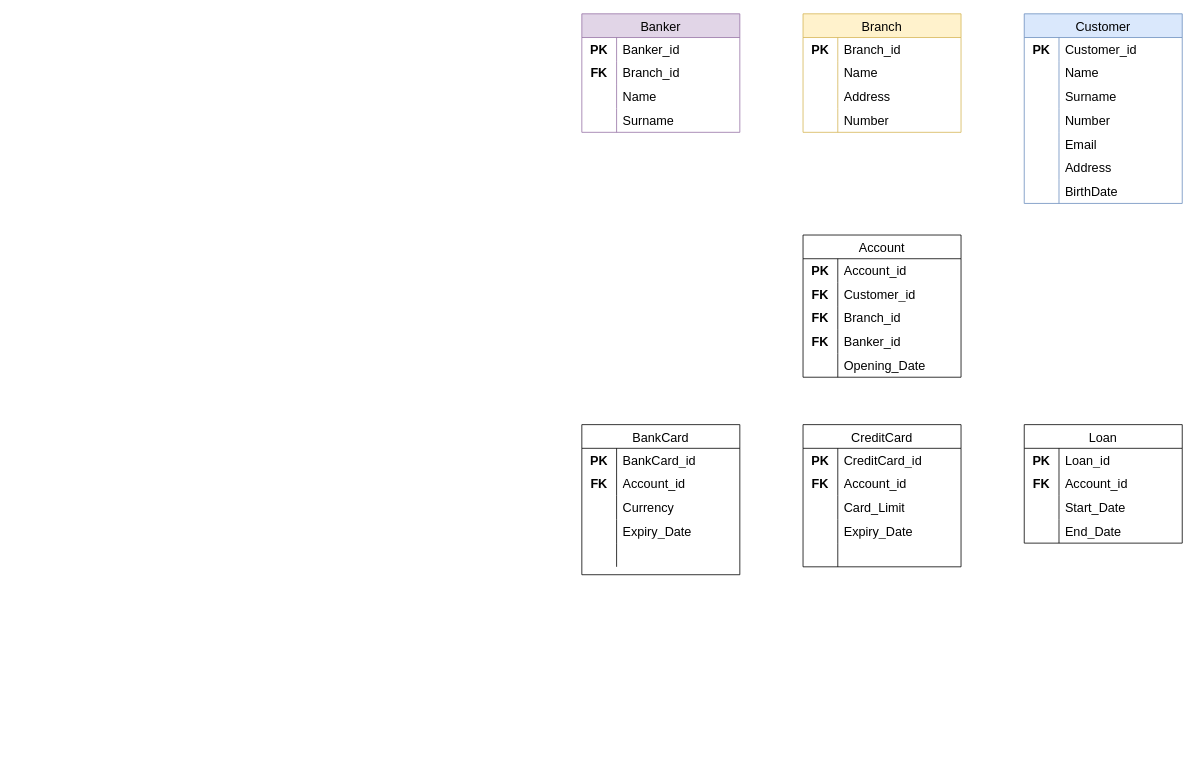
Earlier version of the draw.io diagram Pair1_BankaER.drawio (bnsuoztrk/Deneme). Source tidied: cells renumbered, new cells numbered last; positions are measured from the earlier drawing's top-left corner, leaving out a move shared by most shapes. Both pictures are drawn from the tidied source at 79%, with x=0, y=0 at pixel (581, 13).
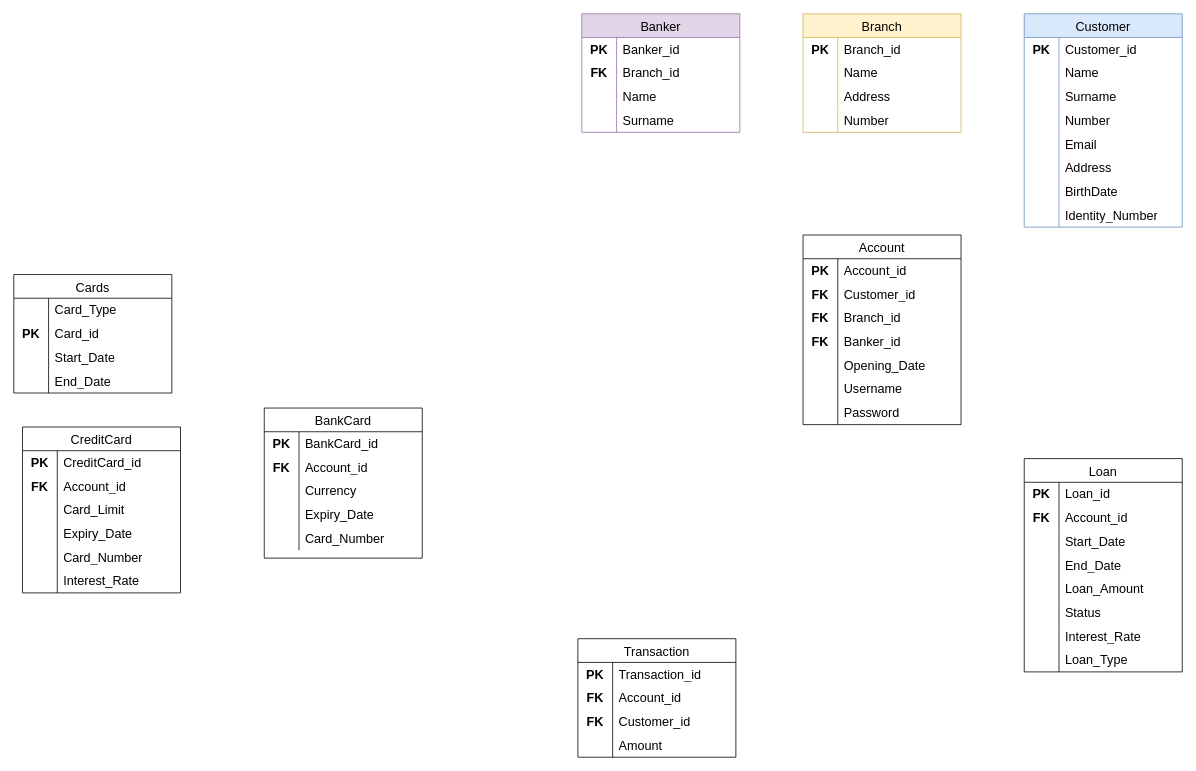
The same page after the edit.

Unchanged cells that the change refers to:
```xml
<mxCell id="69" style="shape=tableRow;horizontal=0;startSize=0;swimlaneHead=0;swimlaneBody=0;top=0;left=0;bottom=0;right=0;fillColor=none;strokeColor=inherit;fontSize=16;" parent="56" vertex="1">
  <mxGeometry y="150" width="200" height="30" as="geometry" />
</mxCell>
```

What changed in the source:
```diff
@@
     <mxCell id="2" value="Account" style="shape=table;startSize=30;childLayout=tableLayout;rowLines=0;fontStyle=0;strokeColor=default;fontSize=16;" parent="1" vertex="1">
-      <mxGeometry x="280" y="280" width="200" height="180" as="geometry" />
+      <mxGeometry x="280" y="280" width="200" height="240" as="geometry" />
     </mxCell>
@@
+    <mxCell id="111" style="shape=tableRow;horizontal=0;startSize=0;swimlaneHead=0;swimlaneBody=0;top=0;left=0;bottom=0;right=0;fillColor=none;strokeColor=inherit;fontSize=16;" parent="2" vertex="1">
+      <mxGeometry y="180" width="200" height="30" as="geometry" />
+    </mxCell>
+    <mxCell id="112" style="shape=partialRectangle;html=1;whiteSpace=wrap;fillColor=none;top=0;left=0;bottom=0;right=0;overflow=hidden;strokeColor=inherit;fontSize=16;" parent="111" vertex="1">
+      <mxGeometry width="44" height="30" as="geometry" />
+    </mxCell>
+    <mxCell id="113" value="Username" style="shape=partialRectangle;html=1;whiteSpace=wrap;fillColor=none;top=0;left=0;bottom=0;right=0;align=left;spacingLeft=6;overflow=hidden;strokeColor=inherit;fontSize=16;" parent="111" vertex="1">
+      <mxGeometry x="44" width="156" height="30" as="geometry" />
+    </mxCell>
+    <mxCell id="114" style="shape=tableRow;horizontal=0;startSize=0;swimlaneHead=0;swimlaneBody=0;top=0;left=0;bottom=0;right=0;fillColor=none;strokeColor=inherit;fontSize=16;" parent="2" vertex="1">
+      <mxGeometry y="210" width="200" height="30" as="geometry" />
+    </mxCell>
+    <mxCell id="115" style="shape=partialRectangle;html=1;whiteSpace=wrap;fillColor=none;top=0;left=0;bottom=0;right=0;overflow=hidden;strokeColor=inherit;fontSize=16;" parent="114" vertex="1">
+      <mxGeometry width="44" height="30" as="geometry" />
+    </mxCell>
+    <mxCell id="116" value="Password" style="shape=partialRectangle;html=1;whiteSpace=wrap;fillColor=none;top=0;left=0;bottom=0;right=0;align=left;spacingLeft=6;overflow=hidden;strokeColor=inherit;fontSize=16;" parent="114" vertex="1">
+      <mxGeometry x="44" width="156" height="30" as="geometry" />
+    </mxCell>
     <mxCell id="18" value="Customer" style="shape=table;startSize=30;childLayout=tableLayout;rowLines=0;fontStyle=0;strokeColor=#6c8ebf;fontSize=16;fillColor=#dae8fc;" parent="1" vertex="1">
-      <mxGeometry x="560" width="200" height="240" as="geometry" />
+      <mxGeometry x="560" width="200" height="270" as="geometry" />
     </mxCell>
@@
+    <mxCell id="117" style="shape=tableRow;horizontal=0;startSize=0;swimlaneHead=0;swimlaneBody=0;top=0;left=0;bottom=0;right=0;fillColor=none;strokeColor=inherit;fontSize=16;" parent="18" vertex="1">
+      <mxGeometry y="240" width="200" height="30" as="geometry" />
+    </mxCell>
+    <mxCell id="118" style="shape=partialRectangle;html=1;whiteSpace=wrap;fillColor=none;top=0;left=0;bottom=0;right=0;overflow=hidden;strokeColor=inherit;fontSize=16;" parent="117" vertex="1">
+      <mxGeometry width="44" height="30" as="geometry" />
+    </mxCell>
+    <mxCell id="119" value="Identity_Number" style="shape=partialRectangle;html=1;whiteSpace=wrap;fillColor=none;top=0;left=0;bottom=0;right=0;align=left;spacingLeft=6;overflow=hidden;strokeColor=inherit;fontSize=16;" parent="117" vertex="1">
+      <mxGeometry x="44" width="156" height="30" as="geometry" />
+    </mxCell>
     <mxCell id="40" value="CreditCard" style="shape=table;startSize=30;childLayout=tableLayout;rowLines=0;fontStyle=0;strokeColor=default;fontSize=16;" parent="1" vertex="1">
-      <mxGeometry x="280" y="520" width="200" height="180" as="geometry" />
+      <mxGeometry x="-708" y="523" width="200" height="210" as="geometry" />
     </mxCell>
@@
+    <mxCell id="120" style="shape=tableRow;horizontal=0;startSize=0;swimlaneHead=0;swimlaneBody=0;top=0;left=0;bottom=0;right=0;fillColor=none;strokeColor=inherit;fontSize=16;" parent="40" vertex="1">
+      <mxGeometry y="150" width="200" height="30" as="geometry" />
+    </mxCell>
+    <mxCell id="121" style="shape=partialRectangle;html=1;whiteSpace=wrap;fillColor=none;top=0;left=0;bottom=0;right=0;overflow=hidden;strokeColor=inherit;fontSize=16;" parent="120" vertex="1">
+      <mxGeometry width="44" height="30" as="geometry" />
+    </mxCell>
+    <mxCell id="122" value="Card_Number" style="shape=partialRectangle;html=1;whiteSpace=wrap;fillColor=none;top=0;left=0;bottom=0;right=0;align=left;spacingLeft=6;overflow=hidden;strokeColor=inherit;fontSize=16;" parent="120" vertex="1">
+      <mxGeometry x="44" width="156" height="30" as="geometry" />
+    </mxCell>
     <mxCell id="53" style="shape=tableRow;horizontal=0;startSize=0;swimlaneHead=0;swimlaneBody=0;top=0;left=0;bottom=0;right=0;fillColor=none;strokeColor=inherit;fontSize=16;" parent="40" vertex="1">
-      <mxGeometry y="150" width="200" height="30" as="geometry" />
+      <mxGeometry y="180" width="200" height="30" as="geometry" />
     </mxCell>
@@
-    <mxCell id="55" style="shape=partialRectangle;html=1;whiteSpace=wrap;fillColor=none;top=0;left=0;bottom=0;right=0;align=left;spacingLeft=6;overflow=hidden;strokeColor=inherit;fontSize=16;" parent="53" vertex="1">
+    <mxCell id="55" value="Interest_Rate" style="shape=partialRectangle;html=1;whiteSpace=wrap;fillColor=none;top=0;left=0;bottom=0;right=0;align=left;spacingLeft=6;overflow=hidden;strokeColor=inherit;fontSize=16;" parent="53" vertex="1">
       <mxGeometry x="44" width="156" height="30" as="geometry" />
     </mxCell>
     <mxCell id="56" value="BankCard" style="shape=table;startSize=30;childLayout=tableLayout;rowLines=0;fontStyle=0;strokeColor=default;fontSize=16;" parent="1" vertex="1">
-      <mxGeometry y="520" width="200" height="190" as="geometry" />
+      <mxGeometry x="-402" y="499" width="200" height="190" as="geometry" />
     </mxCell>
@@
-    <mxCell id="71" style="shape=partialRectangle;html=1;whiteSpace=wrap;fillColor=none;top=0;left=0;bottom=0;right=0;align=left;spacingLeft=6;overflow=hidden;strokeColor=inherit;fontSize=16;" parent="69" vertex="1">
+    <mxCell id="71" value="Card_Number" style="shape=partialRectangle;html=1;whiteSpace=wrap;fillColor=none;top=0;left=0;bottom=0;right=0;align=left;spacingLeft=6;overflow=hidden;strokeColor=inherit;fontSize=16;" parent="69" vertex="1">
       <mxGeometry x="44" width="156" height="30" as="geometry" />
     </mxCell>
@@
     <mxCell id="85" value="Loan" style="shape=table;startSize=30;childLayout=tableLayout;rowLines=0;fontStyle=0;strokeColor=default;fontSize=16;" parent="1" vertex="1">
-      <mxGeometry x="560" y="520" width="200" height="150" as="geometry" />
+      <mxGeometry x="560" y="563" width="200" height="270" as="geometry" />
     </mxCell>
@@
+    <mxCell id="123" style="shape=tableRow;horizontal=0;startSize=0;swimlaneHead=0;swimlaneBody=0;top=0;left=0;bottom=0;right=0;fillColor=none;strokeColor=inherit;fontSize=16;" parent="85" vertex="1">
+      <mxGeometry y="150" width="200" height="30" as="geometry" />
+    </mxCell>
+    <mxCell id="124" style="shape=partialRectangle;html=1;whiteSpace=wrap;fillColor=none;top=0;left=0;bottom=0;right=0;overflow=hidden;strokeColor=inherit;fontSize=16;" parent="123" vertex="1">
+      <mxGeometry width="44" height="30" as="geometry" />
+    </mxCell>
+    <mxCell id="125" value="Loan_Amount" style="shape=partialRectangle;html=1;whiteSpace=wrap;fillColor=none;top=0;left=0;bottom=0;right=0;align=left;spacingLeft=6;overflow=hidden;strokeColor=inherit;fontSize=16;" parent="123" vertex="1">
+      <mxGeometry x="44" width="156" height="30" as="geometry" />
+    </mxCell>
+    <mxCell id="126" style="shape=tableRow;horizontal=0;startSize=0;swimlaneHead=0;swimlaneBody=0;top=0;left=0;bottom=0;right=0;fillColor=none;strokeColor=inherit;fontSize=16;" parent="85" vertex="1">
+      <mxGeometry y="180" width="200" height="30" as="geometry" />
+    </mxCell>
+    <mxCell id="127" style="shape=partialRectangle;html=1;whiteSpace=wrap;fillColor=none;top=0;left=0;bottom=0;right=0;overflow=hidden;strokeColor=inherit;fontSize=16;" parent="126" vertex="1">
+      <mxGeometry width="44" height="30" as="geometry" />
+    </mxCell>
+    <mxCell id="128" value="Status" style="shape=partialRectangle;html=1;whiteSpace=wrap;fillColor=none;top=0;left=0;bottom=0;right=0;align=left;spacingLeft=6;overflow=hidden;strokeColor=inherit;fontSize=16;" parent="126" vertex="1">
+      <mxGeometry x="44" width="156" height="30" as="geometry" />
+    </mxCell>
+    <mxCell id="129" style="shape=tableRow;horizontal=0;startSize=0;swimlaneHead=0;swimlaneBody=0;top=0;left=0;bottom=0;right=0;fillColor=none;strokeColor=inherit;fontSize=16;" parent="85" vertex="1">
+      <mxGeometry y="210" width="200" height="30" as="geometry" />
+    </mxCell>
+    <mxCell id="130" style="shape=partialRectangle;html=1;whiteSpace=wrap;fillColor=none;top=0;left=0;bottom=0;right=0;overflow=hidden;strokeColor=inherit;fontSize=16;" parent="129" vertex="1">
+      <mxGeometry width="44" height="30" as="geometry" />
+    </mxCell>
+    <mxCell id="131" value="Interest_Rate" style="shape=partialRectangle;html=1;whiteSpace=wrap;fillColor=none;top=0;left=0;bottom=0;right=0;align=left;spacingLeft=6;overflow=hidden;strokeColor=inherit;fontSize=16;" parent="129" vertex="1">
+      <mxGeometry x="44" width="156" height="30" as="geometry" />
+    </mxCell>
+    <mxCell id="132" style="shape=tableRow;horizontal=0;startSize=0;swimlaneHead=0;swimlaneBody=0;top=0;left=0;bottom=0;right=0;fillColor=none;strokeColor=inherit;fontSize=16;" parent="85" vertex="1">
+      <mxGeometry y="240" width="200" height="30" as="geometry" />
+    </mxCell>
+    <mxCell id="133" style="shape=partialRectangle;html=1;whiteSpace=wrap;fillColor=none;top=0;left=0;bottom=0;right=0;overflow=hidden;strokeColor=inherit;fontSize=16;" parent="132" vertex="1">
+      <mxGeometry width="44" height="30" as="geometry" />
+    </mxCell>
+    <mxCell id="134" value="Loan_Type" style="shape=partialRectangle;html=1;whiteSpace=wrap;fillColor=none;top=0;left=0;bottom=0;right=0;align=left;spacingLeft=6;overflow=hidden;strokeColor=inherit;fontSize=16;" parent="132" vertex="1">
+      <mxGeometry x="44" width="156" height="30" as="geometry" />
+    </mxCell>
@@
+    <mxCell id="135" value="Cards" style="shape=table;startSize=30;childLayout=tableLayout;rowLines=0;fontStyle=0;strokeColor=default;fontSize=16;" parent="1" vertex="1">
+      <mxGeometry x="-719" y="330" width="200" height="150" as="geometry" />
+    </mxCell>
+    <mxCell id="136" style="shape=tableRow;horizontal=0;startSize=0;swimlaneHead=0;swimlaneBody=0;top=0;left=0;bottom=0;right=0;fillColor=none;strokeColor=inherit;fontSize=16;" parent="135" vertex="1">
+      <mxGeometry y="30" width="200" height="30" as="geometry" />
+    </mxCell>
+    <mxCell id="137" style="shape=partialRectangle;html=1;whiteSpace=wrap;fillColor=none;top=0;left=0;bottom=0;right=0;overflow=hidden;strokeColor=inherit;fontSize=16;" parent="136" vertex="1">
+      <mxGeometry width="44" height="30" as="geometry" />
+    </mxCell>
+    <mxCell id="138" value="Card_Type" style="shape=partialRectangle;html=1;whiteSpace=wrap;fillColor=none;top=0;left=0;bottom=0;right=0;align=left;spacingLeft=6;overflow=hidden;strokeColor=inherit;fontSize=16;" parent="136" vertex="1">
+      <mxGeometry x="44" width="156" height="30" as="geometry" />
+    </mxCell>
+    <mxCell id="139" style="shape=tableRow;horizontal=0;startSize=0;swimlaneHead=0;swimlaneBody=0;top=0;left=0;bottom=0;right=0;fillColor=none;strokeColor=inherit;fontSize=16;" parent="135" vertex="1">
+      <mxGeometry y="60" width="200" height="30" as="geometry" />
+    </mxCell>
+    <mxCell id="140" value="&lt;b&gt;PK&lt;/b&gt;" style="shape=partialRectangle;html=1;whiteSpace=wrap;fillColor=none;top=0;left=0;bottom=0;right=0;overflow=hidden;strokeColor=inherit;fontSize=16;" parent="139" vertex="1">
+      <mxGeometry width="44" height="30" as="geometry" />
+    </mxCell>
+    <mxCell id="141" value="Card_id" style="shape=partialRectangle;html=1;whiteSpace=wrap;fillColor=none;top=0;left=0;bottom=0;right=0;align=left;spacingLeft=6;overflow=hidden;strokeColor=inherit;fontSize=16;" parent="139" vertex="1">
+      <mxGeometry x="44" width="156" height="30" as="geometry" />
+    </mxCell>
+    <mxCell id="142" style="shape=tableRow;horizontal=0;startSize=0;swimlaneHead=0;swimlaneBody=0;top=0;left=0;bottom=0;right=0;fillColor=none;strokeColor=inherit;fontSize=16;" parent="135" vertex="1">
+      <mxGeometry y="90" width="200" height="30" as="geometry" />
+    </mxCell>
+    <mxCell id="143" style="shape=partialRectangle;html=1;whiteSpace=wrap;fillColor=none;top=0;left=0;bottom=0;right=0;overflow=hidden;strokeColor=inherit;fontSize=16;" parent="142" vertex="1">
+      <mxGeometry width="44" height="30" as="geometry" />
+    </mxCell>
+    <mxCell id="144" value="Start_Date" style="shape=partialRectangle;html=1;whiteSpace=wrap;fillColor=none;top=0;left=0;bottom=0;right=0;align=left;spacingLeft=6;overflow=hidden;strokeColor=inherit;fontSize=16;" parent="142" vertex="1">
+      <mxGeometry x="44" width="156" height="30" as="geometry" />
+    </mxCell>
+    <mxCell id="145" style="shape=tableRow;horizontal=0;startSize=0;swimlaneHead=0;swimlaneBody=0;top=0;left=0;bottom=0;right=0;fillColor=none;strokeColor=inherit;fontSize=16;" parent="135" vertex="1">
+      <mxGeometry y="120" width="200" height="30" as="geometry" />
+    </mxCell>
+    <mxCell id="146" style="shape=partialRectangle;html=1;whiteSpace=wrap;fillColor=none;top=0;left=0;bottom=0;right=0;overflow=hidden;strokeColor=inherit;fontSize=16;" parent="145" vertex="1">
+      <mxGeometry width="44" height="30" as="geometry" />
+    </mxCell>
+    <mxCell id="147" value="End_Date" style="shape=partialRectangle;html=1;whiteSpace=wrap;fillColor=none;top=0;left=0;bottom=0;right=0;align=left;spacingLeft=6;overflow=hidden;strokeColor=inherit;fontSize=16;" parent="145" vertex="1">
+      <mxGeometry x="44" width="156" height="30" as="geometry" />
+    </mxCell>
+    <mxCell id="148" value="Transaction" style="shape=table;startSize=30;childLayout=tableLayout;rowLines=0;fontStyle=0;strokeColor=default;fontSize=16;" parent="1" vertex="1">
+      <mxGeometry x="-5" y="791" width="200" height="150" as="geometry" />
+    </mxCell>
+    <mxCell id="149" style="shape=tableRow;horizontal=0;startSize=0;swimlaneHead=0;swimlaneBody=0;top=0;left=0;bottom=0;right=0;fillColor=none;strokeColor=inherit;fontSize=16;" parent="148" vertex="1">
+      <mxGeometry y="30" width="200" height="30" as="geometry" />
+    </mxCell>
+    <mxCell id="150" value="&lt;b&gt;PK&lt;/b&gt;" style="shape=partialRectangle;html=1;whiteSpace=wrap;fillColor=none;top=0;left=0;bottom=0;right=0;overflow=hidden;strokeColor=inherit;fontSize=16;" parent="149" vertex="1">
+      <mxGeometry width="44" height="30" as="geometry" />
+    </mxCell>
+    <mxCell id="151" value="&lt;span style=&quot;text-align: center; text-wrap-mode: nowrap;&quot;&gt;Transaction&lt;/span&gt;_id" style="shape=partialRectangle;html=1;whiteSpace=wrap;fillColor=none;top=0;left=0;bottom=0;right=0;align=left;spacingLeft=6;overflow=hidden;strokeColor=inherit;fontSize=16;" parent="149" vertex="1">
+      <mxGeometry x="44" width="156" height="30" as="geometry" />
+    </mxCell>
+    <mxCell id="152" style="shape=tableRow;horizontal=0;startSize=0;swimlaneHead=0;swimlaneBody=0;top=0;left=0;bottom=0;right=0;fillColor=none;strokeColor=inherit;fontSize=16;" parent="148" vertex="1">
+      <mxGeometry y="60" width="200" height="30" as="geometry" />
+    </mxCell>
+    <mxCell id="153" value="&lt;b&gt;FK&lt;/b&gt;" style="shape=partialRectangle;html=1;whiteSpace=wrap;fillColor=none;top=0;left=0;bottom=0;right=0;overflow=hidden;strokeColor=inherit;fontSize=16;" parent="152" vertex="1">
+      <mxGeometry width="44" height="30" as="geometry" />
+    </mxCell>
+    <mxCell id="154" value="Account_id" style="shape=partialRectangle;html=1;whiteSpace=wrap;fillColor=none;top=0;left=0;bottom=0;right=0;align=left;spacingLeft=6;overflow=hidden;strokeColor=inherit;fontSize=16;" parent="152" vertex="1">
+      <mxGeometry x="44" width="156" height="30" as="geometry" />
+    </mxCell>
+    <mxCell id="155" style="shape=tableRow;horizontal=0;startSize=0;swimlaneHead=0;swimlaneBody=0;top=0;left=0;bottom=0;right=0;fillColor=none;strokeColor=inherit;fontSize=16;" parent="148" vertex="1">
+      <mxGeometry y="90" width="200" height="30" as="geometry" />
+    </mxCell>
+    <mxCell id="156" value="&lt;b&gt;FK&lt;/b&gt;" style="shape=partialRectangle;html=1;whiteSpace=wrap;fillColor=none;top=0;left=0;bottom=0;right=0;overflow=hidden;strokeColor=inherit;fontSize=16;" parent="155" vertex="1">
+      <mxGeometry width="44" height="30" as="geometry" />
+    </mxCell>
+    <mxCell id="157" value="Customer_id" style="shape=partialRectangle;html=1;whiteSpace=wrap;fillColor=none;top=0;left=0;bottom=0;right=0;align=left;spacingLeft=6;overflow=hidden;strokeColor=inherit;fontSize=16;" parent="155" vertex="1">
+      <mxGeometry x="44" width="156" height="30" as="geometry" />
+    </mxCell>
+    <mxCell id="158" style="shape=tableRow;horizontal=0;startSize=0;swimlaneHead=0;swimlaneBody=0;top=0;left=0;bottom=0;right=0;fillColor=none;strokeColor=inherit;fontSize=16;" parent="148" vertex="1">
+      <mxGeometry y="120" width="200" height="30" as="geometry" />
+    </mxCell>
+    <mxCell id="159" style="shape=partialRectangle;html=1;whiteSpace=wrap;fillColor=none;top=0;left=0;bottom=0;right=0;overflow=hidden;strokeColor=inherit;fontSize=16;" parent="158" vertex="1">
+      <mxGeometry width="44" height="30" as="geometry" />
+    </mxCell>
+    <mxCell id="160" value="Amount" style="shape=partialRectangle;html=1;whiteSpace=wrap;fillColor=none;top=0;left=0;bottom=0;right=0;align=left;spacingLeft=6;overflow=hidden;strokeColor=inherit;fontSize=16;" parent="158" vertex="1">
+      <mxGeometry x="44" width="156" height="30" as="geometry" />
+    </mxCell>
```
